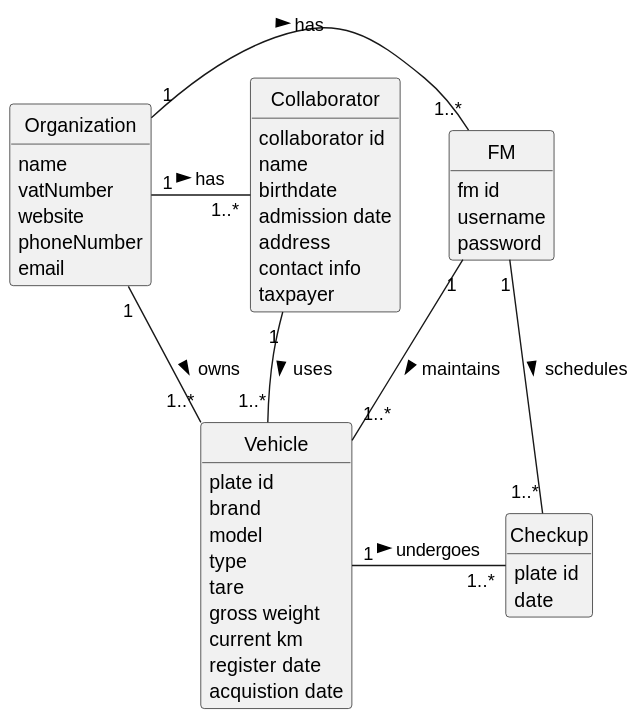
Above: docs/sprintC/us027/02.analysis/svg/us027-domain-model.svg in rpedros02/lei-24-s2-1DL-g08 (PlantUML), before the change. Its diagram source:
```plantuml
@startuml
skinparam monochrome true
skinparam packageStyle rectangle
skinparam shadowing false
skinparam classAttributeIconSize 0

hide circle
hide methods


class Organization {
    name
    vatNumber
    website
    phoneNumber
    email
}
class Vehicle {
    plate id
    brand
    model
    type
    tare
    gross weight
    current km
    register date
    acquistion date
}
class Collaborator {
    collaborator id
    name
    birthdate
    admission date
    address
    contact info
    taxpayer
}

class FM {
    fm id
    username
    password

}

class Checkup {
    plate id
    date

}

Organization "1" - "1..*" FM: has >
Organization "1" - "1..*" Collaborator: has >
Organization "1" - "1..*" Vehicle: owns >
Collaborator "1" -- "1..*" Vehicle: uses >
FM "1" -- "1..*" Vehicle: maintains >
FM "1" - "1..*" Checkup: schedules >
Vehicle "1" - "1..*" Checkup: undergoes >
@enduml
```
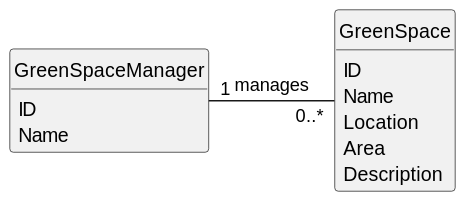
The same diagram one commit later.

Diff of the diagram source:
```diff
@@ -7,53 +7,18 @@
 hide circle
 hide methods
 
-
-class Organization {
-    name
-    vatNumber
-    website
-    phoneNumber
-    email
-}
-class Vehicle {
-    plate id
-    brand
-    model
-    type
-    tare
-    gross weight
-    current km
-    register date
-    acquistion date
-}
-class Collaborator {
-    collaborator id
-    name
-    birthdate
-    admission date
-    address
-    contact info
-    taxpayer
+class GreenSpaceManager {
+    ID
+    Name
 }
 
-class FM {
-    fm id
-    username
-    password
-
+class GreenSpace {
+    ID
+    Name
+    Location
+    Area
+    Description
 }
 
-class Checkup {
-    plate id
-    date
-
-}
-
-Organization "1" - "1..*" FM: has >
-Organization "1" - "1..*" Collaborator: has >
-Organization "1" - "1..*" Vehicle: owns >
-Collaborator "1" -- "1..*" Vehicle: uses >
-FM "1" -- "1..*" Vehicle: maintains >
-FM "1" - "1..*" Checkup: schedules >
-Vehicle "1" - "1..*" Checkup: undergoes >
+GreenSpaceManager "1" - "0..*" GreenSpace : "manages"
 @enduml
```
